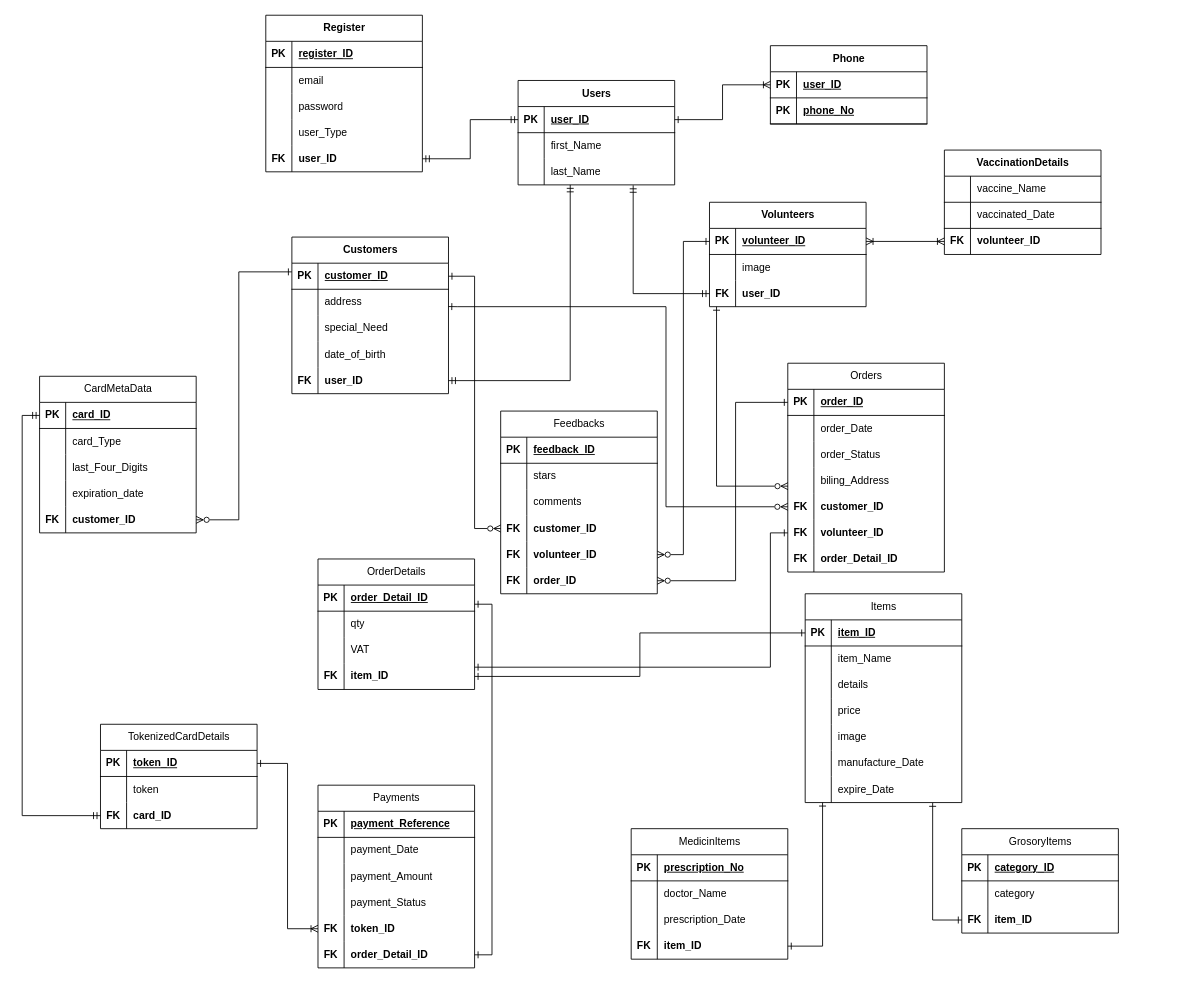
This is System Analysis and Design ER Diagram.drawio from AnjeloM/AnjeloM, a draw.io file, before an edit. Source tidied: cells renumbered, new cells numbered last; positions are measured from the earlier drawing's top-left corner, leaving out a move shared by most shapes. Both pictures are drawn from the tidied source at 87%, with x=0, y=0 at pixel (39, 15).
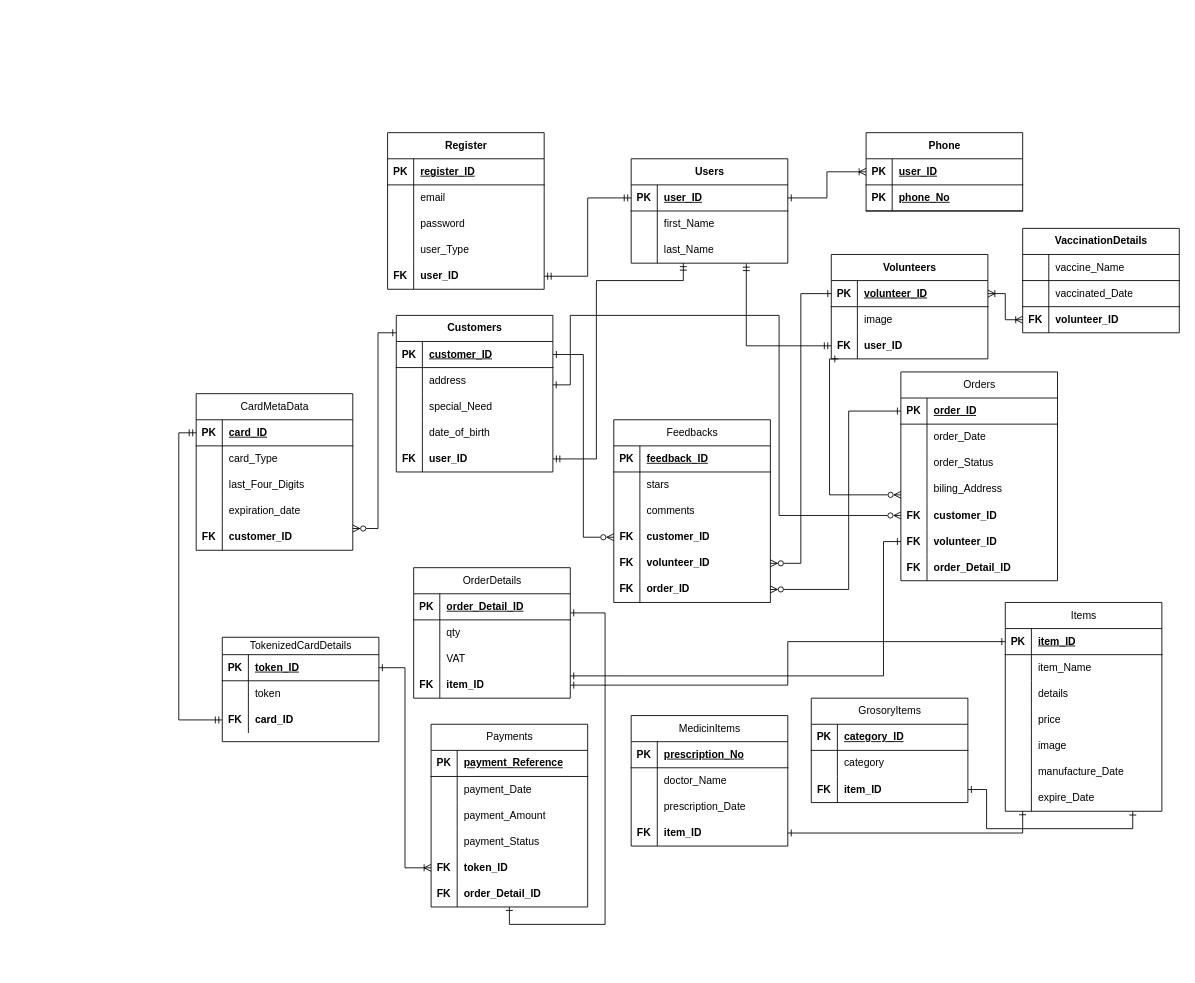
Above is the later version.

The change refers to these unchanged cells:
```xml
<mxCell id="9" style="shape=tableRow;horizontal=0;startSize=0;swimlaneHead=0;swimlaneBody=0;fillColor=none;points=[[0,0.5],[1,0.5]];portConstraint=eastwest;top=0;left=0;right=0;bottom=0;" parent="2" vertex="1">
  <mxGeometry y="90" width="180" height="30" as="geometry" />
</mxCell>
<mxCell id="39" style="shape=tableRow;horizontal=0;startSize=0;swimlaneHead=0;swimlaneBody=0;fillColor=none;points=[[0,0.5],[1,0.5]];portConstraint=eastwest;top=0;left=0;right=0;bottom=0;" parent="35" vertex="1">
  <mxGeometry y="60" width="180" height="30" as="geometry" />
</mxCell>
<mxCell id="48" style="shape=tableRow;horizontal=0;startSize=0;swimlaneHead=0;swimlaneBody=0;fillColor=none;points=[[0,0.5],[1,0.5]];portConstraint=eastwest;top=0;left=0;right=0;bottom=0;" parent="35" vertex="1">
  <mxGeometry y="150" width="180" height="30" as="geometry" />
</mxCell>
<mxCell id="58" style="shape=tableRow;horizontal=0;startSize=0;swimlaneHead=0;swimlaneBody=0;fillColor=none;points=[[0,0.5],[1,0.5]];portConstraint=eastwest;top=0;left=0;right=0;bottom=0;" parent="51" vertex="1">
  <mxGeometry y="90" width="180" height="30" as="geometry" />
</mxCell>
<mxCell id="113" style="shape=tableRow;horizontal=0;startSize=0;swimlaneHead=0;swimlaneBody=0;fillColor=none;points=[[0,0.5],[1,0.5]];portConstraint=eastwest;top=0;left=0;right=0;bottom=0;" parent="97" vertex="1">
  <mxGeometry y="180" width="180" height="30" as="geometry" />
</mxCell>
<mxCell id="162" style="shape=tableRow;horizontal=0;startSize=0;swimlaneHead=0;swimlaneBody=0;fillColor=none;points=[[0,0.5],[1,0.5]];portConstraint=eastwest;top=0;left=0;right=0;bottom=1;" parent="161" vertex="1">
  <mxGeometry y="30" width="180" height="30" as="geometry" />
</mxCell>
<mxCell id="171" style="shape=tableRow;horizontal=0;startSize=0;swimlaneHead=0;swimlaneBody=0;fillColor=none;points=[[0,0.5],[1,0.5]];portConstraint=eastwest;top=0;left=0;right=0;bottom=0;" parent="161" vertex="1">
  <mxGeometry y="120" width="180" height="30" as="geometry" />
</mxCell>
<mxCell id="174" style="shape=tableRow;horizontal=0;startSize=0;swimlaneHead=0;swimlaneBody=0;fillColor=none;points=[[0,0.5],[1,0.5]];portConstraint=eastwest;top=0;left=0;right=0;bottom=0;fontStyle=0;" parent="161" vertex="1">
  <mxGeometry y="150" width="180" height="30" as="geometry" />
</mxCell>
<mxCell id="199" style="shape=tableRow;horizontal=0;startSize=0;swimlaneHead=0;swimlaneBody=0;fillColor=none;points=[[0,0.5],[1,0.5]];portConstraint=eastwest;top=0;left=0;right=0;bottom=0;" parent="183" vertex="1">
  <mxGeometry y="180" width="180" height="30" as="geometry" />
</mxCell>
<mxCell id="203" style="shape=tableRow;horizontal=0;startSize=0;swimlaneHead=0;swimlaneBody=0;fillColor=none;points=[[0,0.5],[1,0.5]];portConstraint=eastwest;top=0;left=0;right=0;bottom=1;" parent="202" vertex="1">
  <mxGeometry y="30" width="180" height="30" as="geometry" />
</mxCell>
<mxCell id="212" style="shape=tableRow;horizontal=0;startSize=0;swimlaneHead=0;swimlaneBody=0;fillColor=none;points=[[0,0.5],[1,0.5]];portConstraint=eastwest;top=0;left=0;right=0;bottom=0;" parent="202" vertex="1">
  <mxGeometry y="120" width="180" height="30" as="geometry" />
</mxCell>
```

Change to the diagram source:
```diff
@@
     <mxCell id="2" value="Users" style="shape=table;startSize=30;childLayout=tableLayout;rowLines=0;fontStyle=1;align=center;html=1;" parent="1" vertex="1">
-      <mxGeometry x="550" y="75" width="180" height="120" as="geometry" />
+      <mxGeometry x="680" y="165" width="180" height="120" as="geometry" />
     </mxCell>
@@
     <mxCell id="12" value="Phone" style="shape=table;startSize=30;childLayout=tableLayout;rowLines=0;fontStyle=1;align=center;html=1;" parent="1" vertex="1">
-      <mxGeometry x="840" y="35" width="180" height="90" as="geometry" />
+      <mxGeometry x="950" y="135" width="180" height="90" as="geometry" />
     </mxCell>
@@
     <mxCell id="19" value="Register" style="shape=table;startSize=30;childLayout=tableLayout;rowLines=0;fontStyle=1;align=center;html=1;" parent="1" vertex="1">
-      <mxGeometry x="260" width="180" height="180" as="geometry" />
+      <mxGeometry x="400" y="135" width="180" height="180" as="geometry" />
     </mxCell>
@@
     <mxCell id="35" value="Customers" style="shape=table;startSize=30;childLayout=tableLayout;rowLines=0;fontStyle=1;align=center;html=1;" parent="1" vertex="1">
-      <mxGeometry x="290" y="255" width="180" height="180" as="geometry" />
+      <mxGeometry x="410" y="345" width="180" height="180" as="geometry" />
     </mxCell>
@@
     <mxCell id="51" value="Volunteers" style="shape=table;startSize=30;childLayout=tableLayout;rowLines=0;fontStyle=1;align=center;html=1;" parent="1" vertex="1">
-      <mxGeometry x="770" y="215" width="180" height="120" as="geometry" />
+      <mxGeometry x="910" y="275" width="180" height="120" as="geometry" />
     </mxCell>
@@
     <mxCell id="61" value="VaccinationDetails" style="shape=table;startSize=30;childLayout=tableLayout;rowLines=0;fontStyle=1;align=center;html=1;" parent="1" vertex="1">
-      <mxGeometry x="1040" y="155" width="180" height="120" as="geometry" />
+      <mxGeometry x="1130" y="245" width="180" height="120" as="geometry" />
     </mxCell>
@@
-    <mxCell id="71" value="TokenizedCardDetails" style="shape=table;startSize=30;childLayout=tableLayout;rowLines=0;fontStyle=0;align=center;html=1;" parent="1" vertex="1">
-      <mxGeometry x="70" y="815" width="180" height="120" as="geometry" />
+    <mxCell id="71" value="TokenizedCardDetails" style="shape=table;startSize=20;childLayout=tableLayout;rowLines=0;fontStyle=0;align=center;html=1;" parent="1" vertex="1">
+      <mxGeometry x="210" y="715" width="180" height="120" as="geometry" />
     </mxCell>
     <mxCell id="72" style="shape=tableRow;horizontal=0;startSize=0;swimlaneHead=0;swimlaneBody=0;fillColor=none;points=[[0,0.5],[1,0.5]];portConstraint=eastwest;top=0;left=0;right=0;bottom=1;" parent="71" vertex="1">
-      <mxGeometry y="30" width="180" height="30" as="geometry" />
+      <mxGeometry y="20" width="180" height="30" as="geometry" />
     </mxCell>
@@
     <mxCell id="75" style="shape=tableRow;horizontal=0;startSize=0;swimlaneHead=0;swimlaneBody=0;fillColor=none;top=0;left=0;right=0;bottom=0;" parent="71" vertex="1">
-      <mxGeometry y="60" width="180" height="30" as="geometry" />
+      <mxGeometry y="50" width="180" height="30" as="geometry" />
     </mxCell>
@@
     <mxCell id="78" style="shape=tableRow;horizontal=0;startSize=0;swimlaneHead=0;swimlaneBody=0;fillColor=none;points=[[0,0.5],[1,0.5]];portConstraint=eastwest;top=0;left=0;right=0;bottom=0;" parent="71" vertex="1">
-      <mxGeometry y="90" width="180" height="30" as="geometry" />
+      <mxGeometry y="80" width="180" height="30" as="geometry" />
     </mxCell>
@@
     <mxCell id="81" value="CardMetaData" style="shape=table;startSize=30;childLayout=tableLayout;rowLines=0;fontStyle=0;align=center;html=1;" parent="1" vertex="1">
-      <mxGeometry y="415" width="180" height="180" as="geometry" />
+      <mxGeometry x="180" y="435" width="180" height="180" as="geometry" />
     </mxCell>
@@
     <mxCell id="97" value="Feedbacks" style="shape=table;startSize=30;childLayout=tableLayout;rowLines=0;fontStyle=0;align=center;html=1;" parent="1" vertex="1">
-      <mxGeometry x="530" y="455" width="180" height="210" as="geometry" />
+      <mxGeometry x="660" y="465" width="180" height="210" as="geometry" />
     </mxCell>
@@
     <mxCell id="116" value="Items" style="shape=table;startSize=30;childLayout=tableLayout;rowLines=0;fontStyle=0;align=center;html=1;" parent="1" vertex="1">
-      <mxGeometry x="880" y="665" width="180" height="240" as="geometry" />
+      <mxGeometry x="1110" y="675" width="180" height="240" as="geometry" />
     </mxCell>
@@
     <mxCell id="138" value="GrosoryItems" style="shape=table;startSize=30;childLayout=tableLayout;rowLines=0;fontStyle=0;align=center;html=1;" parent="1" vertex="1">
-      <mxGeometry x="1060" y="935" width="180" height="120" as="geometry" />
+      <mxGeometry x="887" y="785" width="180" height="120" as="geometry" />
     </mxCell>
@@
     <mxCell id="148" value="MedicinItems" style="shape=table;startSize=30;childLayout=tableLayout;rowLines=0;fontStyle=0;align=center;html=1;" parent="1" vertex="1">
-      <mxGeometry x="680" y="935" width="180" height="150" as="geometry" />
+      <mxGeometry x="680" y="805" width="180" height="150" as="geometry" />
     </mxCell>
@@
     <mxCell id="161" value="Orders" style="shape=table;startSize=30;childLayout=tableLayout;rowLines=0;fontStyle=0;align=center;html=1;" parent="1" vertex="1">
-      <mxGeometry x="860" y="400" width="180" height="240" as="geometry" />
+      <mxGeometry x="990" y="410" width="180" height="240" as="geometry" />
     </mxCell>
@@
     <mxCell id="183" value="Payments" style="shape=table;startSize=30;childLayout=tableLayout;rowLines=0;fontStyle=0;align=center;html=1;" parent="1" vertex="1">
-      <mxGeometry x="320" y="885" width="180" height="210" as="geometry" />
+      <mxGeometry x="450" y="815" width="180" height="210" as="geometry" />
     </mxCell>
@@
     <mxCell id="202" value="OrderDetails" style="shape=table;startSize=30;childLayout=tableLayout;rowLines=0;fontStyle=0;align=center;html=1;" parent="1" vertex="1">
-      <mxGeometry x="320" y="625" width="180" height="150" as="geometry" />
+      <mxGeometry x="430" y="635" width="180" height="150" as="geometry" />
     </mxCell>
@@
     <mxCell id="215" style="edgeStyle=orthogonalEdgeStyle;rounded=0;jettySize=auto;html=1;entryX=0.333;entryY=1;entryDx=0;entryDy=0;entryPerimeter=0;endArrow=ERmandOne;endFill=0;startArrow=ERmandOne;startFill=0;" parent="1" edge="1" source="48" target="9">
-      <mxGeometry relative="1" as="geometry" />
+      <mxGeometry relative="1" as="geometry">
+        <Array as="points">
+          <mxPoint x="640" y="510" />
+          <mxPoint x="640" y="305" />
+          <mxPoint x="740" y="305" />
+        </Array>
+      </mxGeometry>
     </mxCell>
@@
     <mxCell id="221" style="edgeStyle=orthogonalEdgeStyle;rounded=0;jettySize=auto;html=1;entryX=0.045;entryY=1.002;entryDx=0;entryDy=0;entryPerimeter=0;endArrow=ERone;endFill=0;startArrow=ERzeroToMany;startFill=0;exitX=0.001;exitY=0.71;exitDx=0;exitDy=0;exitPerimeter=0;" parent="1" edge="1" source="171" target="58">
       <mxGeometry relative="1" as="geometry">
         <Array as="points">
-          <mxPoint x="778" y="541" />
+          <mxPoint x="908" y="551" />
         </Array>
       </mxGeometry>
     </mxCell>
@@
     <mxCell id="224" style="edgeStyle=orthogonalEdgeStyle;rounded=0;jettySize=auto;html=1;endArrow=ERone;endFill=0;startArrow=ERzeroToMany;startFill=0;" parent="1" edge="1" source="113" target="162">
       <mxGeometry relative="1" as="geometry">
         <Array as="points">
-          <mxPoint x="800" y="650" />
-          <mxPoint x="800" y="445" />
+          <mxPoint x="930" y="660" />
+          <mxPoint x="930" y="455" />
         </Array>
       </mxGeometry>
     </mxCell>
@@
-    <mxCell id="227" style="edgeStyle=orthogonalEdgeStyle;rounded=0;orthogonalLoop=1;jettySize=auto;html=1;endArrow=ERone;endFill=0;startArrow=ERzeroToMany;startFill=0;" parent="1" edge="1">
+    <mxCell id="227" style="edgeStyle=orthogonalEdgeStyle;rounded=0;jettySize=auto;html=1;endArrow=ERone;endFill=0;startArrow=ERzeroToMany;startFill=0;" parent="1" edge="1" target="35">
       <mxGeometry relative="1" as="geometry">
-        <mxPoint x="180" y="580" as="sourcePoint" />
-        <mxPoint x="290" y="295" as="targetPoint" />
+        <mxPoint x="360" y="590" as="sourcePoint" />
         <Array as="points">
-          <mxPoint x="229" y="580" />
-          <mxPoint x="229" y="295" />
-          <mxPoint x="290" y="295" />
+          <mxPoint x="389" y="590" />
+          <mxPoint x="389" y="365" />
         </Array>
       </mxGeometry>
     </mxCell>
@@
-    <mxCell id="230" style="edgeStyle=orthogonalEdgeStyle;rounded=0;jettySize=auto;html=1;endArrow=ERone;endFill=0;startArrow=ERone;startFill=0;" parent="1" edge="1" source="199">
+    <mxCell id="230" style="edgeStyle=orthogonalEdgeStyle;rounded=0;jettySize=auto;html=1;endArrow=ERone;endFill=0;startArrow=ERone;startFill=0;" parent="1" edge="1" source="199" target="203">
       <mxGeometry relative="1" as="geometry">
-        <mxPoint x="500" y="677" as="targetPoint" />
         <Array as="points">
-          <mxPoint x="520" y="1080" />
-          <mxPoint x="520" y="677" />
+          <mxPoint x="540" y="1045" />
+          <mxPoint x="650" y="1045" />
+          <mxPoint x="650" y="687" />
         </Array>
       </mxGeometry>
     </mxCell>
     <mxCell id="231" style="edgeStyle=orthogonalEdgeStyle;rounded=0;jettySize=auto;html=1;entryX=1;entryY=0.146;entryDx=0;entryDy=0;entryPerimeter=0;endArrow=ERone;endFill=0;startArrow=ERone;startFill=0;" parent="1" edge="1" target="212">
       <mxGeometry relative="1" as="geometry">
-        <mxPoint x="860" y="595" as="sourcePoint" />
+        <mxPoint x="990" y="605" as="sourcePoint" />
         <Array as="points">
-          <mxPoint x="840" y="595" />
-          <mxPoint x="840" y="749" />
+          <mxPoint x="970" y="605" />
+          <mxPoint x="970" y="759" />
         </Array>
       </mxGeometry>
     </mxCell>
     <mxCell id="232" style="edgeStyle=orthogonalEdgeStyle;rounded=0;jettySize=auto;html=1;entryX=0.999;entryY=0.662;entryDx=0;entryDy=0;endArrow=ERone;endFill=0;entryPerimeter=0;startArrow=ERzeroToMany;startFill=0;" parent="1" edge="1" source="174" target="39">
       <mxGeometry relative="1" as="geometry">
         <Array as="points">
-          <mxPoint x="720" y="565" />
-          <mxPoint x="720" y="335" />
-          <mxPoint x="480" y="335" />
+          <mxPoint x="850" y="575" />
+          <mxPoint x="850" y="345" />
+          <mxPoint x="610" y="345" />
         </Array>
       </mxGeometry>
     </mxCell>
```
